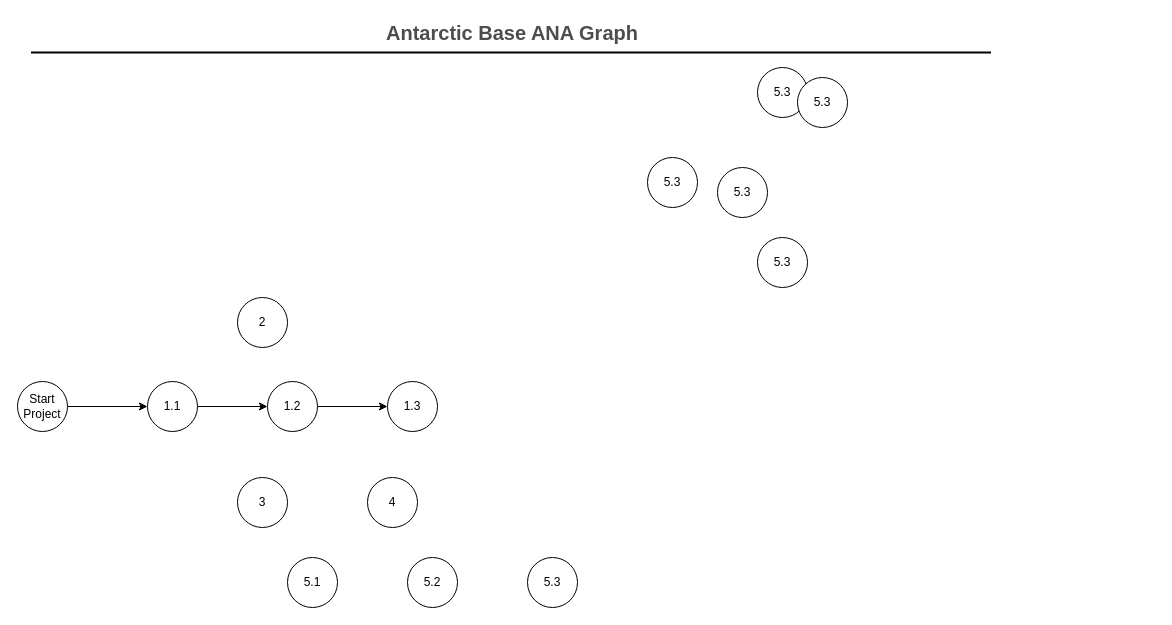
Earlier version of the draw.io diagram Untitled Diagram.drawio (Deltane/ISAD1000-Introduction-To-Software-Engineering). Source tidied: cells renumbered, new cells numbered last; positions are measured from the earlier drawing's top-left corner, leaving out a move shared by most shapes. Both pictures are drawn from the tidied source at 100%, with x=0, y=0 at pixel (17, 17).
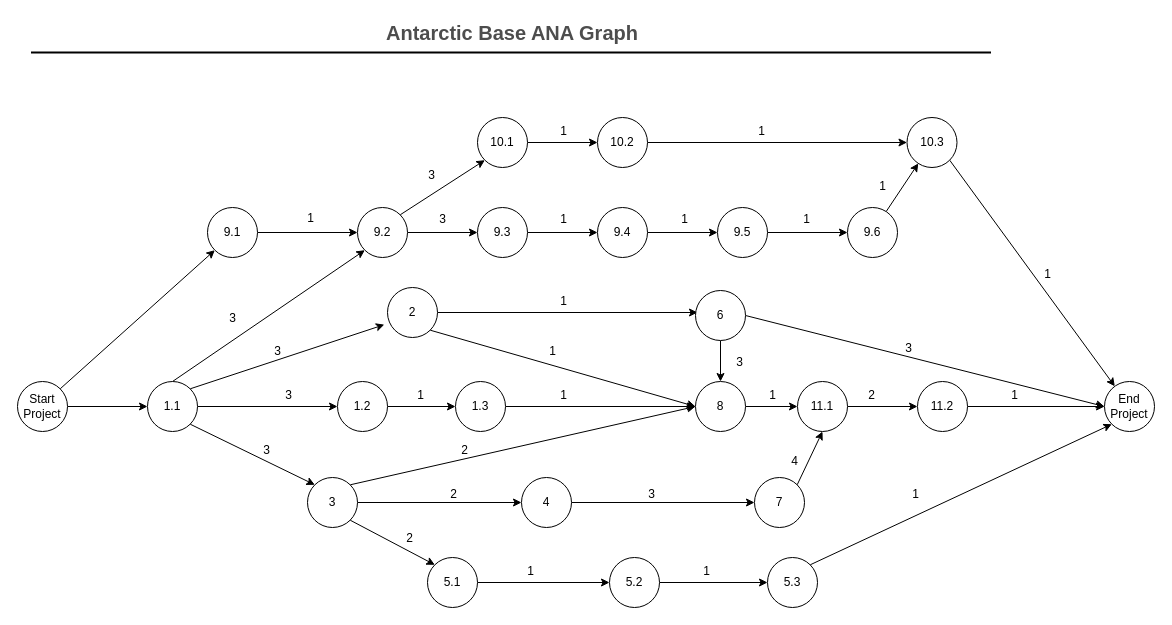
The same diagram, later.

The change refers to these unchanged cells:
```xml
<mxCell id="14" value="1.1" style="ellipse;whiteSpace=wrap;html=1;" parent="1" vertex="1">
  <mxGeometry x="130" y="364" width="50" height="50" as="geometry" />
</mxCell>
<mxCell id="16" value="Start Project" style="ellipse;whiteSpace=wrap;html=1;" parent="1" vertex="1">
  <mxGeometry y="364" width="50" height="50" as="geometry" />
</mxCell>
```

Change to the diagram source:
```diff
@@
+    <mxCell id="22" style="edgeStyle=none;rounded=0;jettySize=auto;html=1;exitX=1;exitY=0;exitDx=0;exitDy=0;entryX=0;entryY=1;entryDx=0;entryDy=0;" parent="1" edge="1" source="4" target="57">
+      <mxGeometry relative="1" as="geometry" />
+    </mxCell>
     <mxCell id="4" value="5.3" style="ellipse;whiteSpace=wrap;html=1;" parent="1" vertex="1">
-      <mxGeometry x="510" y="540" width="50" height="50" as="geometry" />
+      <mxGeometry x="750" y="540" width="50" height="50" as="geometry" />
     </mxCell>
+    <mxCell id="23" style="edgeStyle=none;rounded=0;jettySize=auto;html=1;exitX=1;exitY=0.5;exitDx=0;exitDy=0;" parent="1" edge="1" source="5" target="4">
+      <mxGeometry relative="1" as="geometry" />
+    </mxCell>
     <mxCell id="5" value="5.2" style="ellipse;whiteSpace=wrap;html=1;" parent="1" vertex="1">
-      <mxGeometry x="390" y="540" width="50" height="50" as="geometry" />
+      <mxGeometry x="592" y="540" width="50" height="50" as="geometry" />
     </mxCell>
+    <mxCell id="24" style="edgeStyle=none;rounded=0;jettySize=auto;html=1;exitX=1;exitY=0.5;exitDx=0;exitDy=0;" parent="1" edge="1" source="6" target="5">
+      <mxGeometry relative="1" as="geometry" />
+    </mxCell>
     <mxCell id="6" value="5.1" style="ellipse;whiteSpace=wrap;html=1;" parent="1" vertex="1">
-      <mxGeometry x="270" y="540" width="50" height="50" as="geometry" />
+      <mxGeometry x="410" y="540" width="50" height="50" as="geometry" />
     </mxCell>
+    <mxCell id="25" style="edgeStyle=none;rounded=0;jettySize=auto;html=1;exitX=1;exitY=0.5;exitDx=0;exitDy=0;" parent="1" edge="1" source="7" target="21">
+      <mxGeometry relative="1" as="geometry" />
+    </mxCell>
     <mxCell id="7" value="4" style="ellipse;whiteSpace=wrap;html=1;" parent="1" vertex="1">
-      <mxGeometry x="350" y="460" width="50" height="50" as="geometry" />
+      <mxGeometry x="504" y="460" width="50" height="50" as="geometry" />
     </mxCell>
+    <mxCell id="26" style="edgeStyle=none;rounded=0;jettySize=auto;html=1;" parent="1" edge="1" source="8" target="7">
+      <mxGeometry relative="1" as="geometry" />
+    </mxCell>
+    <mxCell id="27" style="edgeStyle=none;rounded=0;jettySize=auto;html=1;exitX=1;exitY=1;exitDx=0;exitDy=0;entryX=0;entryY=0;entryDx=0;entryDy=0;" parent="1" edge="1" source="8" target="6">
+      <mxGeometry relative="1" as="geometry" />
+    </mxCell>
+    <mxCell id="28" style="edgeStyle=none;rounded=0;jettySize=auto;html=1;exitX=1;exitY=0;exitDx=0;exitDy=0;entryX=0;entryY=0.5;entryDx=0;entryDy=0;" parent="1" edge="1" source="8" target="19">
+      <mxGeometry relative="1" as="geometry" />
+    </mxCell>
     <mxCell id="8" value="3" style="ellipse;whiteSpace=wrap;html=1;" parent="1" vertex="1">
-      <mxGeometry x="220" y="460" width="50" height="50" as="geometry" />
+      <mxGeometry x="290" y="460" width="50" height="50" as="geometry" />
     </mxCell>
+    <mxCell id="29" style="edgeStyle=none;rounded=0;jettySize=auto;html=1;exitX=1;exitY=0.5;exitDx=0;exitDy=0;" parent="1" edge="1" source="9">
+      <mxGeometry relative="1" as="geometry">
+        <mxPoint x="680" y="295" as="targetPoint" />
+      </mxGeometry>
+    </mxCell>
+    <mxCell id="30" style="edgeStyle=none;rounded=0;jettySize=auto;html=1;exitX=1;exitY=1;exitDx=0;exitDy=0;entryX=0;entryY=0.5;entryDx=0;entryDy=0;" parent="1" edge="1" source="9" target="19">
+      <mxGeometry relative="1" as="geometry" />
+    </mxCell>
     <mxCell id="9" value="2" style="ellipse;whiteSpace=wrap;html=1;" parent="1" vertex="1">
-      <mxGeometry x="220" y="280" width="50" height="50" as="geometry" />
+      <mxGeometry x="370" y="270" width="50" height="50" as="geometry" />
     </mxCell>
+    <mxCell id="31" style="edgeStyle=none;rounded=0;jettySize=auto;html=1;exitX=1;exitY=0.5;exitDx=0;exitDy=0;entryX=0;entryY=0.5;entryDx=0;entryDy=0;" parent="1" edge="1" source="10" target="19">
+      <mxGeometry relative="1" as="geometry" />
+    </mxCell>
     <mxCell id="10" value="1.3" style="ellipse;whiteSpace=wrap;html=1;" parent="1" vertex="1">
-      <mxGeometry x="370" y="364" width="50" height="50" as="geometry" />
+      <mxGeometry x="438" y="364" width="50" height="50" as="geometry" />
     </mxCell>
@@
     <mxCell id="12" value="1.2" style="ellipse;whiteSpace=wrap;html=1;" parent="1" vertex="1">
-      <mxGeometry x="250" y="364" width="50" height="50" as="geometry" />
+      <mxGeometry x="320" y="364" width="50" height="50" as="geometry" />
     </mxCell>
@@
+    <mxCell id="32" style="edgeStyle=none;rounded=0;jettySize=auto;html=1;exitX=1;exitY=1;exitDx=0;exitDy=0;entryX=0;entryY=0;entryDx=0;entryDy=0;" parent="1" edge="1" source="14" target="8">
+      <mxGeometry relative="1" as="geometry" />
+    </mxCell>
+    <mxCell id="33" style="edgeStyle=none;rounded=0;jettySize=auto;html=1;exitX=1;exitY=0;exitDx=0;exitDy=0;entryX=-0.063;entryY=0.743;entryDx=0;entryDy=0;entryPerimeter=0;" parent="1" edge="1" source="14" target="9">
+      <mxGeometry relative="1" as="geometry" />
+    </mxCell>
+    <mxCell id="34" style="edgeStyle=none;rounded=0;jettySize=auto;html=1;exitX=0.5;exitY=0;exitDx=0;exitDy=0;entryX=0;entryY=1;entryDx=0;entryDy=0;" parent="1" edge="1" source="14" target="17">
+      <mxGeometry relative="1" as="geometry" />
+    </mxCell>
@@
+    <mxCell id="35" style="edgeStyle=none;rounded=0;jettySize=auto;html=1;exitX=1;exitY=0;exitDx=0;exitDy=0;entryX=0;entryY=1;entryDx=0;entryDy=0;" parent="1" edge="1" source="16" target="20">
+      <mxGeometry relative="1" as="geometry" />
+    </mxCell>
@@
+    <mxCell id="36" style="edgeStyle=none;rounded=0;jettySize=auto;html=1;" parent="1" edge="1" source="17" target="44">
+      <mxGeometry relative="1" as="geometry" />
+    </mxCell>
+    <mxCell id="37" style="edgeStyle=none;rounded=0;jettySize=auto;html=1;exitX=1;exitY=0;exitDx=0;exitDy=0;entryX=0;entryY=1;entryDx=0;entryDy=0;" parent="1" edge="1" source="17" target="52">
+      <mxGeometry relative="1" as="geometry" />
+    </mxCell>
-    <mxCell id="17" value="5.3" style="ellipse;whiteSpace=wrap;html=1;" parent="1" vertex="1">
-      <mxGeometry x="740" y="50" width="50" height="50" as="geometry" />
+    <mxCell id="17" value="9.2" style="ellipse;whiteSpace=wrap;html=1;" parent="1" vertex="1">
+      <mxGeometry x="340" y="190" width="50" height="50" as="geometry" />
     </mxCell>
+    <mxCell id="38" style="edgeStyle=none;rounded=0;jettySize=auto;html=1;exitX=1;exitY=0.5;exitDx=0;exitDy=0;entryX=0;entryY=0.5;entryDx=0;entryDy=0;" parent="1" edge="1" source="18" target="57">
+      <mxGeometry relative="1" as="geometry" />
+    </mxCell>
+    <mxCell id="39" style="edgeStyle=none;rounded=0;jettySize=auto;html=1;entryX=0.5;entryY=0;entryDx=0;entryDy=0;" parent="1" edge="1" source="18" target="19">
+      <mxGeometry relative="1" as="geometry" />
+    </mxCell>
-    <mxCell id="18" value="5.3" style="ellipse;whiteSpace=wrap;html=1;" parent="1" vertex="1">
-      <mxGeometry x="740" y="220" width="50" height="50" as="geometry" />
+    <mxCell id="18" value="6" style="ellipse;whiteSpace=wrap;html=1;" parent="1" vertex="1">
+      <mxGeometry x="678" y="273" width="50" height="50" as="geometry" />
     </mxCell>
+    <mxCell id="40" style="edgeStyle=none;rounded=0;jettySize=auto;html=1;exitX=1;exitY=0.5;exitDx=0;exitDy=0;" parent="1" edge="1" source="19" target="61">
+      <mxGeometry relative="1" as="geometry" />
+    </mxCell>
-    <mxCell id="19" value="5.3" style="ellipse;whiteSpace=wrap;html=1;" parent="1" vertex="1">
-      <mxGeometry x="700" y="150" width="50" height="50" as="geometry" />
+    <mxCell id="19" value="8" style="ellipse;whiteSpace=wrap;html=1;" parent="1" vertex="1">
+      <mxGeometry x="678" y="364" width="50" height="50" as="geometry" />
     </mxCell>
+    <mxCell id="41" style="edgeStyle=none;rounded=0;jettySize=auto;html=1;exitX=1;exitY=0.5;exitDx=0;exitDy=0;" parent="1" edge="1" source="20" target="17">
+      <mxGeometry relative="1" as="geometry" />
+    </mxCell>
-    <mxCell id="20" value="5.3" style="ellipse;whiteSpace=wrap;html=1;" parent="1" vertex="1">
-      <mxGeometry x="780" y="60" width="50" height="50" as="geometry" />
+    <mxCell id="20" value="9.1" style="ellipse;whiteSpace=wrap;html=1;" parent="1" vertex="1">
+      <mxGeometry x="190" y="190" width="50" height="50" as="geometry" />
     </mxCell>
+    <mxCell id="42" style="edgeStyle=none;rounded=0;jettySize=auto;html=1;exitX=1;exitY=0;exitDx=0;exitDy=0;entryX=0.5;entryY=1;entryDx=0;entryDy=0;" parent="1" edge="1" source="21" target="61">
+      <mxGeometry relative="1" as="geometry" />
+    </mxCell>
-    <mxCell id="21" value="5.3" style="ellipse;whiteSpace=wrap;html=1;" parent="1" vertex="1">
-      <mxGeometry x="630" y="140" width="50" height="50" as="geometry" />
+    <mxCell id="21" value="7" style="ellipse;whiteSpace=wrap;html=1;" parent="1" vertex="1">
+      <mxGeometry x="737" y="460" width="50" height="50" as="geometry" />
     </mxCell>
+    <mxCell id="43" style="edgeStyle=none;rounded=0;jettySize=auto;html=1;" parent="1" edge="1" source="44" target="46">
+      <mxGeometry relative="1" as="geometry" />
+    </mxCell>
+    <mxCell id="44" value="9.3" style="ellipse;whiteSpace=wrap;html=1;" parent="1" vertex="1">
+      <mxGeometry x="460" y="190" width="50" height="50" as="geometry" />
+    </mxCell>
+    <mxCell id="45" style="edgeStyle=none;rounded=0;jettySize=auto;html=1;" parent="1" edge="1" source="46" target="48">
+      <mxGeometry relative="1" as="geometry" />
+    </mxCell>
+    <mxCell id="46" value="9.4" style="ellipse;whiteSpace=wrap;html=1;" parent="1" vertex="1">
+      <mxGeometry x="580" y="190" width="50" height="50" as="geometry" />
+    </mxCell>
+    <mxCell id="47" style="edgeStyle=none;rounded=0;jettySize=auto;html=1;" parent="1" edge="1" source="48" target="50">
+      <mxGeometry relative="1" as="geometry" />
+    </mxCell>
+    <mxCell id="48" value="9.5" style="ellipse;whiteSpace=wrap;html=1;" parent="1" vertex="1">
+      <mxGeometry x="700" y="190" width="50" height="50" as="geometry" />
+    </mxCell>
+    <mxCell id="49" style="edgeStyle=none;rounded=0;jettySize=auto;html=1;" parent="1" edge="1" source="50" target="56">
+      <mxGeometry relative="1" as="geometry" />
+    </mxCell>
+    <mxCell id="50" value="9.6" style="ellipse;whiteSpace=wrap;html=1;" parent="1" vertex="1">
+      <mxGeometry x="830" y="190" width="50" height="50" as="geometry" />
+    </mxCell>
+    <mxCell id="51" style="edgeStyle=none;rounded=0;jettySize=auto;html=1;" parent="1" edge="1" source="52" target="54">
+      <mxGeometry relative="1" as="geometry" />
+    </mxCell>
+    <mxCell id="52" value="10.1" style="ellipse;whiteSpace=wrap;html=1;" parent="1" vertex="1">
+      <mxGeometry x="460" y="100" width="50" height="50" as="geometry" />
+    </mxCell>
+    <mxCell id="53" style="edgeStyle=none;rounded=0;jettySize=auto;html=1;" parent="1" edge="1" source="54" target="56">
+      <mxGeometry relative="1" as="geometry" />
+    </mxCell>
+    <mxCell id="54" value="10.2" style="ellipse;whiteSpace=wrap;html=1;" parent="1" vertex="1">
+      <mxGeometry x="580" y="100" width="50" height="50" as="geometry" />
+    </mxCell>
+    <mxCell id="55" style="edgeStyle=none;rounded=0;jettySize=auto;html=1;exitX=1;exitY=1;exitDx=0;exitDy=0;" parent="1" edge="1" source="56" target="57">
+      <mxGeometry relative="1" as="geometry" />
+    </mxCell>
+    <mxCell id="56" value="10.3" style="ellipse;whiteSpace=wrap;html=1;" parent="1" vertex="1">
+      <mxGeometry x="889.5" y="100" width="50" height="50" as="geometry" />
+    </mxCell>
+    <mxCell id="57" value="End Project&lt;br&gt;" style="ellipse;whiteSpace=wrap;html=1;" parent="1" vertex="1">
+      <mxGeometry x="1087" y="364" width="50" height="50" as="geometry" />
+    </mxCell>
+    <mxCell id="58" style="edgeStyle=none;rounded=0;jettySize=auto;html=1;" parent="1" edge="1" source="59" target="57">
+      <mxGeometry relative="1" as="geometry" />
+    </mxCell>
+    <mxCell id="59" value="11.2" style="ellipse;whiteSpace=wrap;html=1;" parent="1" vertex="1">
+      <mxGeometry x="900" y="364" width="50" height="50" as="geometry" />
+    </mxCell>
+    <mxCell id="60" style="edgeStyle=none;rounded=0;jettySize=auto;html=1;" parent="1" edge="1" source="61" target="59">
+      <mxGeometry relative="1" as="geometry" />
+    </mxCell>
+    <mxCell id="61" value="11.1" style="ellipse;whiteSpace=wrap;html=1;" parent="1" vertex="1">
+      <mxGeometry x="780" y="364" width="50" height="50" as="geometry" />
+    </mxCell>
+    <mxCell id="62" value="3" style="text;html=1;align=center;verticalAlign=middle;strokeColor=none;" parent="1" vertex="1">
+      <mxGeometry x="204" y="290" width="22" height="22" as="geometry" />
+    </mxCell>
+    <mxCell id="63" value="3" style="text;html=1;align=center;verticalAlign=middle;strokeColor=none;" parent="1" vertex="1">
+      <mxGeometry x="249" y="323" width="22" height="22" as="geometry" />
+    </mxCell>
+    <mxCell id="64" value="3" style="text;html=1;align=center;verticalAlign=middle;strokeColor=none;" parent="1" vertex="1">
+      <mxGeometry x="260" y="367" width="22" height="22" as="geometry" />
+    </mxCell>
+    <mxCell id="65" value="3" style="text;html=1;align=center;verticalAlign=middle;strokeColor=none;" parent="1" vertex="1">
+      <mxGeometry x="238" y="422" width="22" height="22" as="geometry" />
+    </mxCell>
+    <mxCell id="66" value="1" style="text;html=1;align=center;verticalAlign=middle;strokeColor=none;" parent="1" vertex="1">
+      <mxGeometry x="282" y="190" width="22" height="22" as="geometry" />
+    </mxCell>
+    <mxCell id="67" value="3" style="text;html=1;align=center;verticalAlign=middle;strokeColor=none;" parent="1" vertex="1">
+      <mxGeometry x="414" y="191" width="22" height="22" as="geometry" />
+    </mxCell>
+    <mxCell id="68" value="1" style="text;html=1;align=center;verticalAlign=middle;strokeColor=none;" parent="1" vertex="1">
+      <mxGeometry x="535" y="191" width="22" height="22" as="geometry" />
+    </mxCell>
+    <mxCell id="69" value="1" style="text;html=1;align=center;verticalAlign=middle;strokeColor=none;" parent="1" vertex="1">
+      <mxGeometry x="656" y="191" width="22" height="22" as="geometry" />
+    </mxCell>
+    <mxCell id="70" value="1" style="text;html=1;align=center;verticalAlign=middle;strokeColor=none;" parent="1" vertex="1">
+      <mxGeometry x="778" y="191" width="22" height="22" as="geometry" />
+    </mxCell>
+    <mxCell id="71" value="1" style="text;html=1;align=center;verticalAlign=middle;strokeColor=none;" parent="1" vertex="1">
+      <mxGeometry x="854" y="158" width="22" height="22" as="geometry" />
+    </mxCell>
+    <mxCell id="72" value="3" style="text;html=1;align=center;verticalAlign=middle;strokeColor=none;" parent="1" vertex="1">
+      <mxGeometry x="403" y="147" width="22" height="22" as="geometry" />
+    </mxCell>
+    <mxCell id="73" value="1" style="text;html=1;align=center;verticalAlign=middle;strokeColor=none;" parent="1" vertex="1">
+      <mxGeometry x="535" y="103" width="22" height="22" as="geometry" />
+    </mxCell>
+    <mxCell id="74" value="1" style="text;html=1;align=center;verticalAlign=middle;strokeColor=none;" parent="1" vertex="1">
+      <mxGeometry x="733" y="103" width="22" height="22" as="geometry" />
+    </mxCell>
+    <mxCell id="75" value="1" style="text;html=1;align=center;verticalAlign=middle;strokeColor=none;" parent="1" vertex="1">
+      <mxGeometry x="1019" y="246" width="22" height="22" as="geometry" />
+    </mxCell>
+    <mxCell id="76" value="2" style="text;html=1;align=center;verticalAlign=middle;strokeColor=none;" parent="1" vertex="1">
+      <mxGeometry x="381" y="510" width="22" height="22" as="geometry" />
+    </mxCell>
+    <mxCell id="77" value="1" style="text;html=1;align=center;verticalAlign=middle;strokeColor=none;" parent="1" vertex="1">
+      <mxGeometry x="524" y="323" width="22" height="22" as="geometry" />
+    </mxCell>
+    <mxCell id="78" value="1" style="text;html=1;align=center;verticalAlign=middle;strokeColor=none;" parent="1" vertex="1">
+      <mxGeometry x="392" y="367" width="22" height="22" as="geometry" />
+    </mxCell>
+    <mxCell id="79" value="1" style="text;html=1;align=center;verticalAlign=middle;strokeColor=none;" parent="1" vertex="1">
+      <mxGeometry x="535" y="367" width="22" height="22" as="geometry" />
+    </mxCell>
+    <mxCell id="80" value="2" style="text;html=1;align=center;verticalAlign=middle;strokeColor=none;" parent="1" vertex="1">
+      <mxGeometry x="436" y="422" width="22" height="22" as="geometry" />
+    </mxCell>
+    <mxCell id="81" value="2" style="text;html=1;align=center;verticalAlign=middle;strokeColor=none;" parent="1" vertex="1">
+      <mxGeometry x="425" y="466" width="22" height="22" as="geometry" />
+    </mxCell>
+    <mxCell id="82" value="1" style="text;html=1;align=center;verticalAlign=middle;strokeColor=none;" parent="1" vertex="1">
+      <mxGeometry x="535" y="273" width="22" height="22" as="geometry" />
+    </mxCell>
+    <mxCell id="83" value="3" style="text;html=1;align=center;verticalAlign=middle;strokeColor=none;" parent="1" vertex="1">
+      <mxGeometry x="880" y="320" width="22" height="22" as="geometry" />
+    </mxCell>
+    <mxCell id="84" value="3" style="text;html=1;align=center;verticalAlign=middle;strokeColor=none;" parent="1" vertex="1">
+      <mxGeometry x="711" y="334" width="22" height="22" as="geometry" />
+    </mxCell>
+    <mxCell id="85" value="3" style="text;html=1;align=center;verticalAlign=middle;strokeColor=none;" parent="1" vertex="1">
+      <mxGeometry x="623" y="466" width="22" height="22" as="geometry" />
+    </mxCell>
+    <mxCell id="86" value="4" style="text;html=1;align=center;verticalAlign=middle;strokeColor=none;" parent="1" vertex="1">
+      <mxGeometry x="766" y="433" width="22" height="22" as="geometry" />
+    </mxCell>
+    <mxCell id="87" value="1" style="text;html=1;align=center;verticalAlign=middle;strokeColor=none;" parent="1" vertex="1">
+      <mxGeometry x="744" y="367" width="22" height="22" as="geometry" />
+    </mxCell>
+    <mxCell id="88" value="2" style="text;html=1;align=center;verticalAlign=middle;strokeColor=none;" parent="1" vertex="1">
+      <mxGeometry x="843" y="367" width="22" height="22" as="geometry" />
+    </mxCell>
+    <mxCell id="89" value="1" style="text;html=1;align=center;verticalAlign=middle;strokeColor=none;" parent="1" vertex="1">
+      <mxGeometry x="986" y="367" width="22" height="22" as="geometry" />
+    </mxCell>
+    <mxCell id="90" value="1" style="text;html=1;align=center;verticalAlign=middle;strokeColor=none;" parent="1" vertex="1">
+      <mxGeometry x="502" y="543" width="22" height="22" as="geometry" />
+    </mxCell>
+    <mxCell id="91" value="1" style="text;html=1;align=center;verticalAlign=middle;strokeColor=none;" parent="1" vertex="1">
+      <mxGeometry x="678" y="543" width="22" height="22" as="geometry" />
+    </mxCell>
+    <mxCell id="92" value="1" style="text;html=1;align=center;verticalAlign=middle;strokeColor=none;" parent="1" vertex="1">
+      <mxGeometry x="887" y="466" width="22" height="22" as="geometry" />
+    </mxCell>
```
